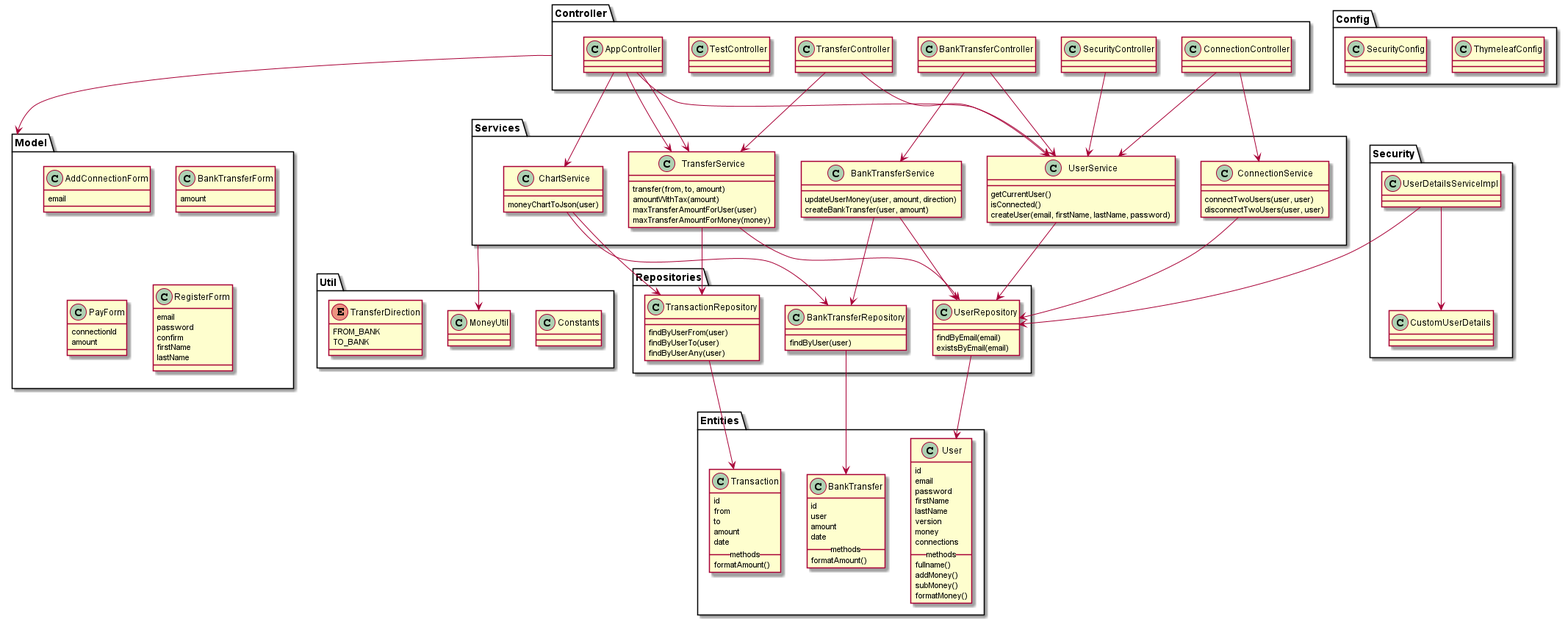
Earlier version of the PlantUML export images/uml_class.png (Wardenfar/PayMyBuddy). The source it was exported from:
```plantuml
@startuml

package Util {
    class Constants
    class MoneyUtil
    enum TransferDirection {
         FROM_BANK
         TO_BANK
    }
}

package Entities {
    class User {
        id
        email
        password
        firstName
        lastName
        version
        money
        connections
        __ methods __
        fullname()
        addMoney()
        subMoney()
        formatMoney()
    }
    class Transaction {
        id
        from
        to
        amount
        date
        __ methods __
        formatAmount()
    }
    class BankTransfer {
        id
        user
        amount
        date
        __ methods __
        formatAmount()
    }
}

package Repositories {
    class UserRepository {
        findByEmail(email)
        existsByEmail(email)
    }
    class BankTransferRepository {
        findByUser(user)
    }
    class TransactionRepository {
        findByUserFrom(user)
        findByUserTo(user)
        findByUserAny(user)
    }
}

package Services {
    class BankTransferService {
        updateUserMoney(user, amount, direction)
        createBankTransfer(user, amount)
    }
    class ChartService {
        moneyChartToJson(user)
    }
    class ConnectionService {
        connectTwoUsers(user, user)
        disconnectTwoUsers(user, user)
    }
    class TransferService {
        transfer(from, to, amount)
        amountWithTax(amount)
        maxTransferAmountForUser(user)
        maxTransferAmountForMoney(money)
    }
    class UserService {
        getCurrentUser()
        isConnected()
        createUser(email, firstName, lastName, password)
    }
}

package Security {
  class CustomUserDetails
  class UserDetailsServiceImpl
}

package Controller {
  class AppController
  class BankTransferController
  class ConnectionController
  class SecurityController
  class TestController
  class TransferController
}

package Model {
  class AddConnectionForm {
    email
  }
  class BankTransferForm {
    amount
  }
  class PayForm {
      connectionId
      amount
  }
  class RegisterForm {
    email
    password
    confirm
    firstName
    lastName
  }
}

package Config {
  class ThymeleafConfig
  class SecurityConfig
}

Controller --> Model

AppController --> UserService
AppController --> TransferService
AppController --> TransferService
AppController --> ChartService

BankTransferController --> UserService
BankTransferController --> BankTransferService

ConnectionController --> ConnectionService
ConnectionController --> UserService

SecurityController --> UserService

TransferController --> UserService
TransferController --> TransferService

Services --> MoneyUtil

UserRepository --> User
BankTransferRepository --> BankTransfer
TransactionRepository --> Transaction

BankTransferService --> BankTransferRepository
BankTransferService --> UserRepository

ChartService --> BankTransferRepository
ChartService --> TransactionRepository

ConnectionService --> UserRepository

TransferService --> UserRepository
TransferService --> TransactionRepository

UserService --> UserRepository

UserDetailsServiceImpl --> UserRepository
UserDetailsServiceImpl --> CustomUserDetails

@enduml
```
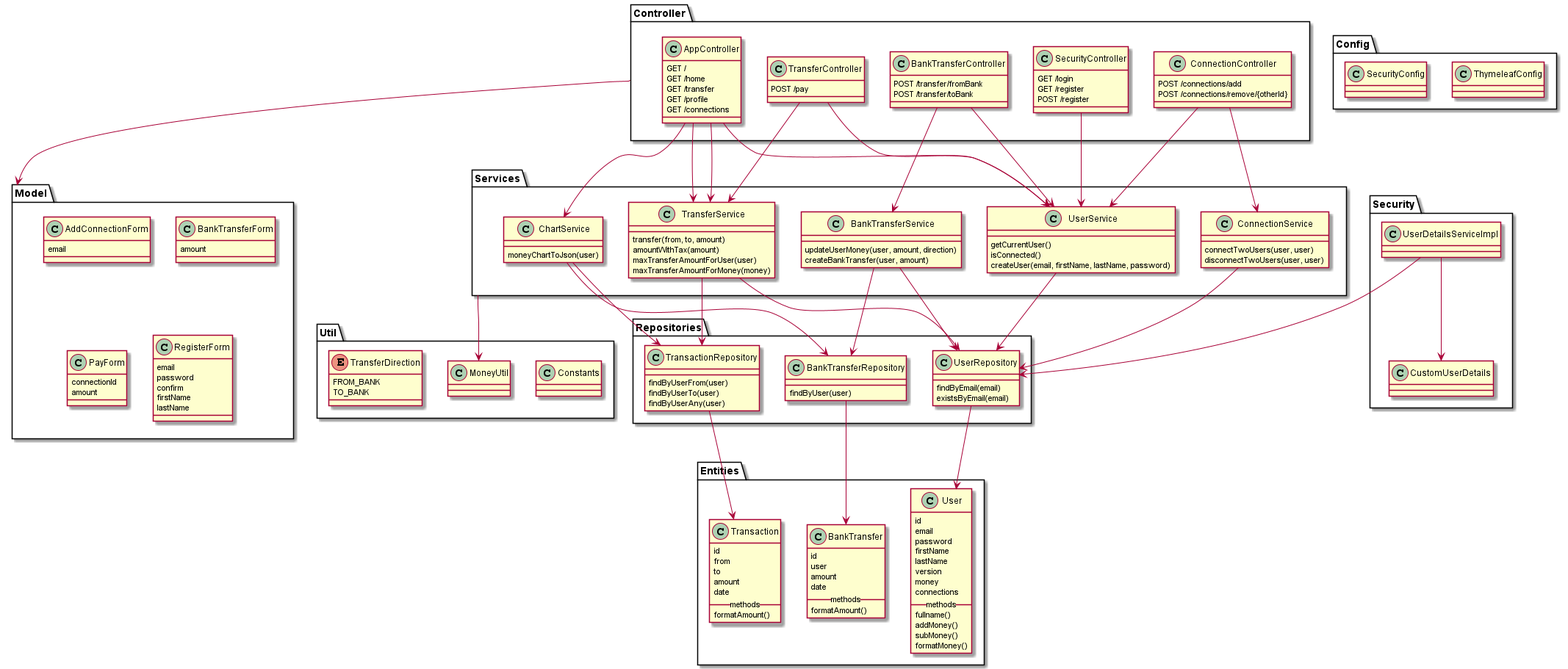
After the change.

Commit message:
[Plant UML] Class (part 2)

What changed in the source:
```diff
@@ -90,12 +90,29 @@
 }
 
 package Controller {
-  class AppController
-  class BankTransferController
-  class ConnectionController
-  class SecurityController
-  class TestController
-  class TransferController
+  class AppController {
+     GET /
+     GET /home
+     GET /transfer
+     GET /profile
+     GET /connections
+  }
+  class BankTransferController {
+    POST /transfer/fromBank
+    POST /transfer/toBank
+  }
+  class ConnectionController {
+    POST /connections/add
+    POST /connections/remove/{otherId}
+  }
+  class SecurityController {
+    GET /login
+    GET /register
+    POST /register
+  }
+  class TransferController {
+    POST /pay
+  }
 }
 
 package Model {
```
